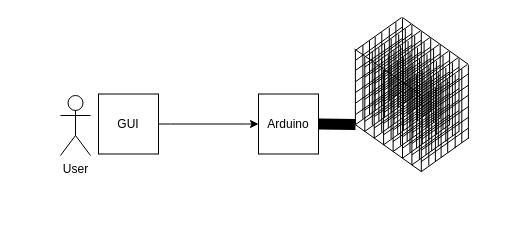
This is Dokumentation/LED-Cube_grobe_Systemuebersicht.drawio from 3raymon/LedCube_4PMSwEng_HSR, a draw.io file, before an edit. Source tidied: cells renumbered, new cells numbered last; positions are measured from the earlier drawing's top-left corner, leaving out a move shared by most shapes. Both pictures are drawn from the tidied source at 100%, with x=0, y=0 at pixel (17, 17).
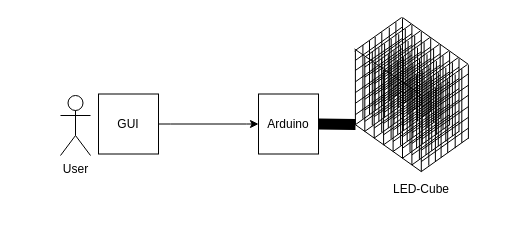
Above is the later version.

Commit message (it also covers changes not shown here):
Änderung der Beschriftung

Diff of the diagram source:
```diff
@@
+    <mxCell id="158" value="LED-Cube" style="text;html=1;strokeColor=none;fillColor=none;align=center;verticalAlign=middle;whiteSpace=wrap;rounded=0;" parent="1" vertex="1">
+      <mxGeometry x="363" y="162" width="82" height="20" as="geometry" />
+    </mxCell>
```
